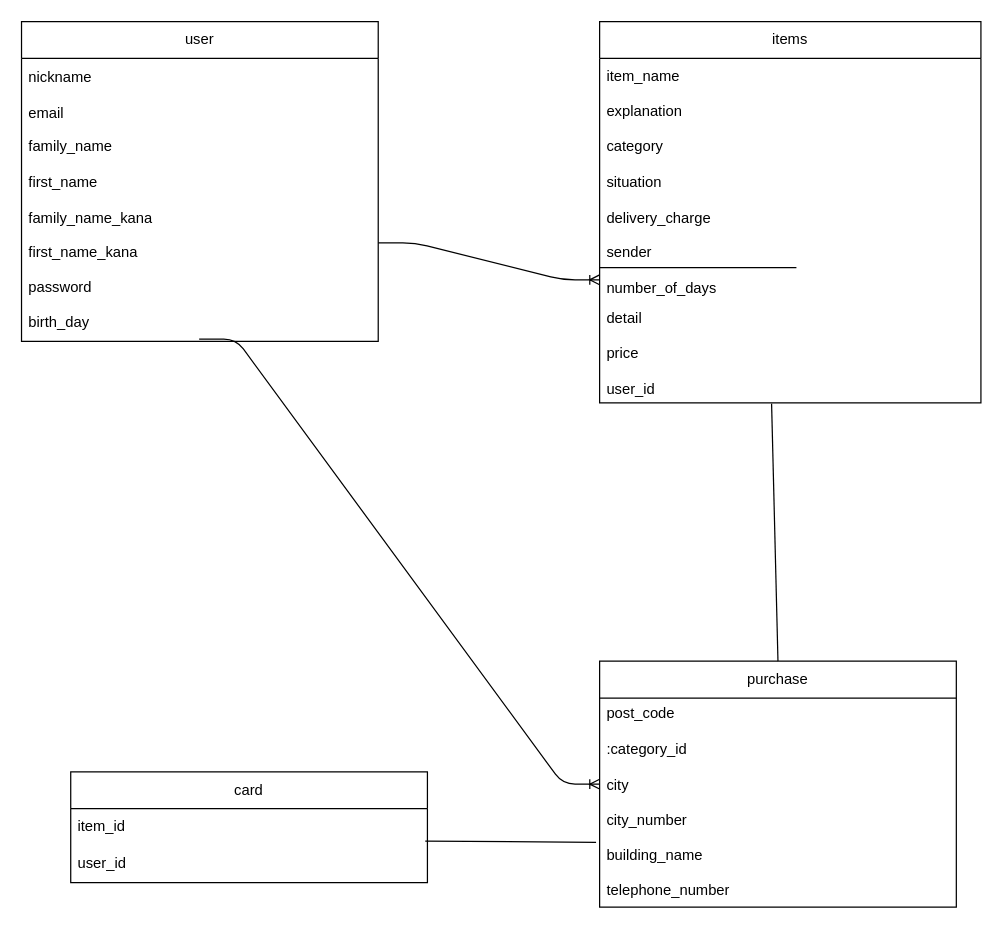
Before: .dio in yuta10200831/furima-38941, a draw.io diagram. Source tidied: cells renumbered, new cells numbered last; positions are measured from the earlier drawing's top-left corner, leaving out a move shared by most shapes. Both pictures are drawn from the tidied source at 123%, with x=0, y=0 at pixel (21, 21).
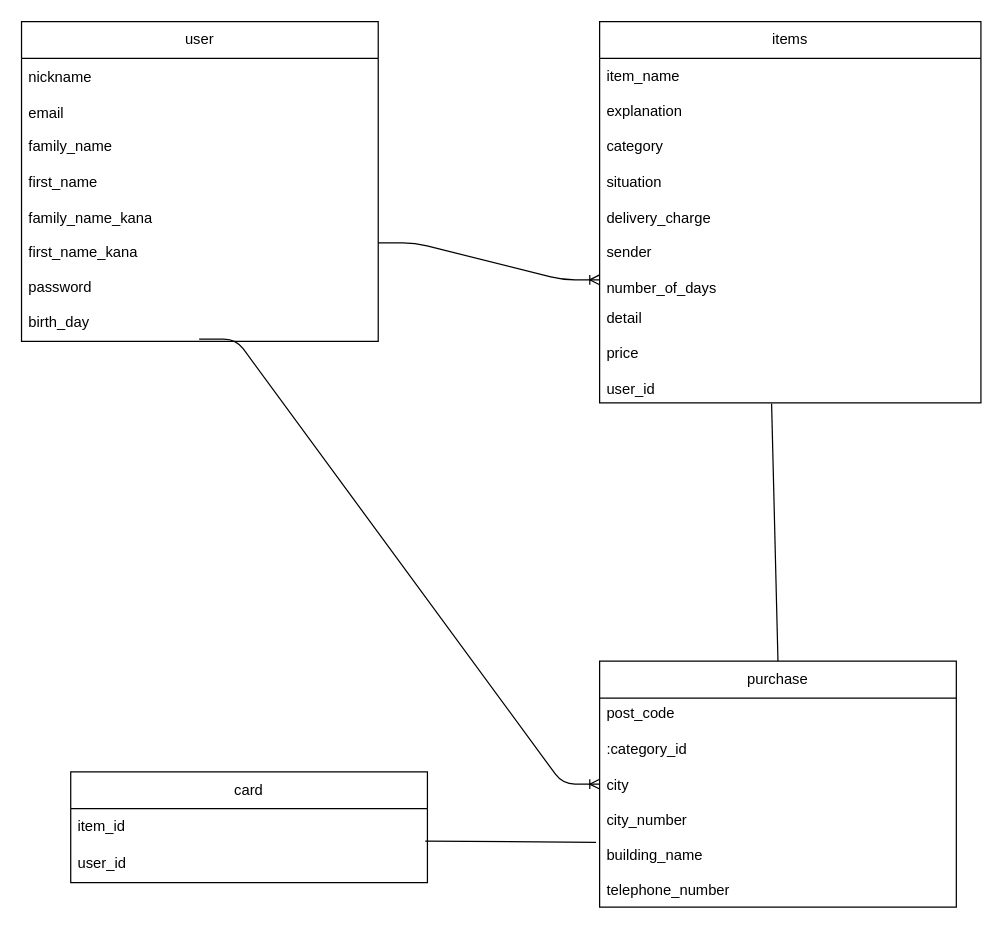
The same diagram, later.

Commit message:
データベース設計の修正②

The edit, as a diff of the source:
```diff
@@
-    <mxCell id="18" style="endArrow=none;html=1;rounded=0;" parent="1" edge="1">
-      <mxGeometry relative="1" as="geometry">
-        <mxPoint x="470" y="200" as="sourcePoint" />
-        <mxPoint x="630" y="200" as="targetPoint" />
-      </mxGeometry>
-    </mxCell>
```
